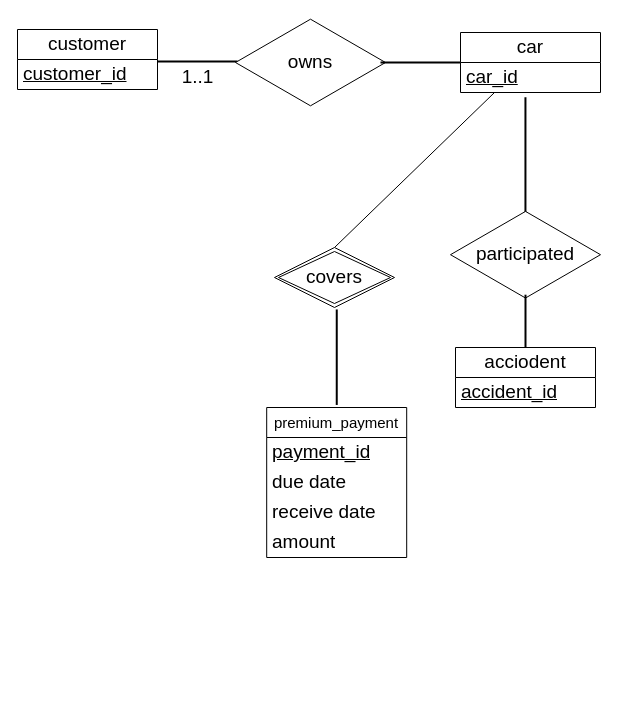
Earlier version of the draw.io diagram page "第 2 页" (2 of 7) of 未命名绘图.drawio (ghostfly23333/homework_for_CICD). Source tidied: cells renumbered, new cells numbered last; positions are measured from the earlier drawing's top-left corner, leaving out a move shared by most shapes. Both pictures are drawn from the tidied source at 100%, with x=0, y=0 at pixel (17, 17).
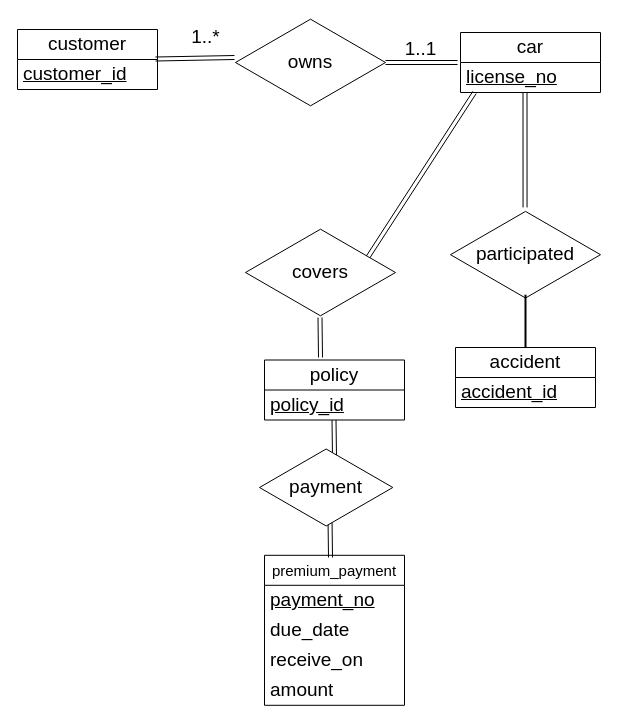
After the change.

The change refers to these unchanged cells:
```xml
<mxCell id="4" value="car" style="swimlane;fontStyle=0;horizontal=1;startSize=30;whiteSpace=wrap;html=1;fontSize=19;" parent="1" vertex="1">
  <mxGeometry x="443" y="15" width="140" height="60" as="geometry" />
</mxCell>
<mxCell id="10" value="participated" style="html=1;whiteSpace=wrap;shape=isoRectangle;fontSize=19;" parent="1" vertex="1">
  <mxGeometry x="433" y="192.2" width="150" height="90" as="geometry" />
</mxCell>
```

What changed in the source:
```diff
@@
+    <mxCell id="22" style="shape=link;html=1;rounded=0;fontSize=19;entryX=-0.021;entryY=0;entryDx=0;entryDy=0;entryPerimeter=0;" parent="4" edge="1" target="5">
+      <mxGeometry relative="1" as="geometry">
+        <mxPoint x="-75" y="30" as="sourcePoint" />
+      </mxGeometry>
+    </mxCell>
-    <mxCell id="5" value="car_id" style="text;strokeColor=none;fillColor=none;align=left;verticalAlign=middle;spacingLeft=4;spacingRight=4;overflow=hidden;points=[[0,0.5],[1,0.5]];portConstraint=eastwest;whiteSpace=wrap;html=1;fontStyle=4;fontSize=19;" parent="4" vertex="1">
+    <mxCell id="5" value="license_no" style="text;strokeColor=none;fillColor=none;align=left;verticalAlign=middle;spacingLeft=4;spacingRight=4;overflow=hidden;points=[[0,0.5],[1,0.5]];portConstraint=eastwest;whiteSpace=wrap;html=1;fontStyle=4;fontSize=19;" parent="4" vertex="1">
       <mxGeometry y="30" width="140" height="30" as="geometry" />
     </mxCell>
-    <mxCell id="6" value="1..1" style="line;strokeWidth=2;html=1;fontSize=19;" parent="1" vertex="1">
-      <mxGeometry x="140" y="34" width="80" height="20" as="geometry" />
-    </mxCell>
@@
-    <mxCell id="8" style="line;strokeWidth=2;html=1;fontSize=19;" parent="1" vertex="1">
-      <mxGeometry x="363" y="40" width="80" height="10" as="geometry" />
-    </mxCell>
-    <mxCell id="9" style="line;strokeWidth=2;html=1;fontSize=19;rotation=90;" parent="1" vertex="1">
-      <mxGeometry x="450.2" y="70" width="115.5" height="135" as="geometry" />
-    </mxCell>
@@
-    <mxCell id="12" value="acciodent" style="swimlane;fontStyle=0;horizontal=1;startSize=30;whiteSpace=wrap;html=1;fontSize=19;" parent="1" vertex="1">
+    <mxCell id="12" value="accident" style="swimlane;fontStyle=0;horizontal=1;startSize=30;whiteSpace=wrap;html=1;fontSize=19;" parent="1" vertex="1">
       <mxGeometry x="438" y="330" width="140" height="60" as="geometry" />
     </mxCell>
@@
-    <mxCell id="14" style="endArrow=none;html=1;rounded=0;fontSize=19;" parent="1" edge="1">
-      <mxGeometry relative="1" as="geometry">
-        <mxPoint x="317" y="230" as="sourcePoint" />
-        <mxPoint x="477" y="75" as="targetPoint" />
-      </mxGeometry>
-    </mxCell>
-    <mxCell id="15" value="covers" style="shape=rhombus;double=1;perimeter=rhombusPerimeter;whiteSpace=wrap;html=1;align=center;fontSize=19;" parent="1" vertex="1">
-      <mxGeometry x="257" y="230" width="120" height="60" as="geometry" />
-    </mxCell>
     <mxCell id="16" value="premium_payment" style="swimlane;fontStyle=0;horizontal=1;startSize=30;whiteSpace=wrap;html=1;fontSize=15;" parent="1" vertex="1">
-      <mxGeometry x="249.2" y="390" width="140" height="150" as="geometry" />
+      <mxGeometry x="247" y="537.8" width="140" height="150" as="geometry" />
     </mxCell>
-    <mxCell id="17" value="payment_id" style="text;strokeColor=none;fillColor=none;align=left;verticalAlign=middle;spacingLeft=4;spacingRight=4;overflow=hidden;whiteSpace=wrap;html=1;fontStyle=4;fontSize=19;" parent="16" vertex="1">
+    <mxCell id="17" value="payment_no" style="text;strokeColor=none;fillColor=none;align=left;verticalAlign=middle;spacingLeft=4;spacingRight=4;overflow=hidden;whiteSpace=wrap;html=1;fontStyle=4;fontSize=19;" parent="16" vertex="1">
       <mxGeometry y="30" width="140" height="30" as="geometry" />
     </mxCell>
-    <mxCell id="18" value="due date" style="text;strokeColor=none;fillColor=none;align=left;verticalAlign=middle;spacingLeft=4;spacingRight=4;overflow=hidden;whiteSpace=wrap;html=1;fontStyle=0;fontSize=19;" parent="16" vertex="1">
+    <mxCell id="18" value="due_date" style="text;strokeColor=none;fillColor=none;align=left;verticalAlign=middle;spacingLeft=4;spacingRight=4;overflow=hidden;whiteSpace=wrap;html=1;fontStyle=0;fontSize=19;" parent="16" vertex="1">
       <mxGeometry y="60" width="140" height="30" as="geometry" />
     </mxCell>
-    <mxCell id="19" value="receive date" style="text;strokeColor=none;fillColor=none;align=left;verticalAlign=middle;spacingLeft=4;spacingRight=4;overflow=hidden;whiteSpace=wrap;html=1;fontStyle=0;fontSize=19;" parent="16" vertex="1">
+    <mxCell id="19" value="receive_on" style="text;strokeColor=none;fillColor=none;align=left;verticalAlign=middle;spacingLeft=4;spacingRight=4;overflow=hidden;whiteSpace=wrap;html=1;fontStyle=0;fontSize=19;" parent="16" vertex="1">
       <mxGeometry y="90" width="140" height="30" as="geometry" />
     </mxCell>
@@
-    <mxCell id="21" style="line;strokeWidth=2;html=1;fontSize=19;rotation=90;" parent="1" vertex="1">
-      <mxGeometry x="271.5" y="272.2" width="95.5" height="135" as="geometry" />
-    </mxCell>
+    <mxCell id="23" value="policy" style="swimlane;fontStyle=0;horizontal=1;startSize=30;whiteSpace=wrap;html=1;fontSize=19;" parent="1" vertex="1">
+      <mxGeometry x="247" y="342.5" width="140" height="60" as="geometry" />
+    </mxCell>
+    <mxCell id="24" style="shape=link;html=1;rounded=0;fontSize=19;" parent="23" edge="1">
+      <mxGeometry relative="1" as="geometry">
+        <mxPoint x="55.5" y="-42.5" as="sourcePoint" />
+        <mxPoint x="56" y="-2.5" as="targetPoint" />
+      </mxGeometry>
+    </mxCell>
+    <mxCell id="25" value="policy_id" style="text;strokeColor=none;fillColor=none;align=left;verticalAlign=middle;spacingLeft=4;spacingRight=4;overflow=hidden;whiteSpace=wrap;html=1;fontStyle=4;fontSize=19;" parent="23" vertex="1">
+      <mxGeometry y="30" width="140" height="30" as="geometry" />
+    </mxCell>
+    <mxCell id="6" value="1..1" style="text;html=1;align=center;verticalAlign=middle;strokeColor=none;fillColor=none;fontSize=19;" parent="1" vertex="1">
+      <mxGeometry x="373" y="12" width="60" height="40" as="geometry" />
+    </mxCell>
+    <mxCell id="26" value="1..*" style="text;html=1;align=center;verticalAlign=middle;strokeColor=none;fillColor=none;fontSize=19;" parent="1" vertex="1">
+      <mxGeometry x="163" width="50" height="40" as="geometry" />
+    </mxCell>
+    <mxCell id="27" style="shape=link;html=1;rounded=0;fontSize=19;" parent="1" edge="1">
+      <mxGeometry relative="1" as="geometry">
+        <mxPoint x="138" y="41.5" as="sourcePoint" />
+        <mxPoint x="217" y="40" as="targetPoint" />
+      </mxGeometry>
+    </mxCell>
+    <mxCell id="28" style="shape=link;html=1;rounded=0;fontSize=19;entryX=0.497;entryY=-0.025;entryDx=0;entryDy=0;entryPerimeter=0;" parent="1" edge="1" target="10">
+      <mxGeometry relative="1" as="geometry">
+        <mxPoint x="507.5" y="75" as="sourcePoint" />
+      </mxGeometry>
+    </mxCell>
+    <mxCell id="29" style="shape=link;html=1;rounded=0;fontSize=19;entryX=1;entryY=0;entryDx=0;entryDy=0;" parent="1" edge="1">
+      <mxGeometry relative="1" as="geometry">
+        <mxPoint x="457" y="75" as="sourcePoint" />
+        <mxPoint x="347" y="245" as="targetPoint" />
+      </mxGeometry>
+    </mxCell>
+    <mxCell id="15" value="covers" style="html=1;whiteSpace=wrap;shape=isoRectangle;fontSize=19;" parent="1" vertex="1">
+      <mxGeometry x="228" y="210" width="150" height="90" as="geometry" />
+    </mxCell>
+    <mxCell id="30" style="shape=link;html=1;rounded=0;fontSize=19;" parent="1" edge="1">
+      <mxGeometry relative="1" as="geometry">
+        <mxPoint x="316.5" y="402.5" as="sourcePoint" />
+        <mxPoint x="317" y="440" as="targetPoint" />
+      </mxGeometry>
+    </mxCell>
+    <mxCell id="31" style="shape=link;html=1;rounded=0;fontSize=19;" parent="1" edge="1">
+      <mxGeometry relative="1" as="geometry">
+        <mxPoint x="312.5" y="500" as="sourcePoint" />
+        <mxPoint x="313" y="540" as="targetPoint" />
+      </mxGeometry>
+    </mxCell>
+    <mxCell id="32" value="payment" style="html=1;whiteSpace=wrap;shape=isoRectangle;fontSize=19;" parent="1" vertex="1">
+      <mxGeometry x="242" y="430" width="133.3" height="80" as="geometry" />
+    </mxCell>
```
